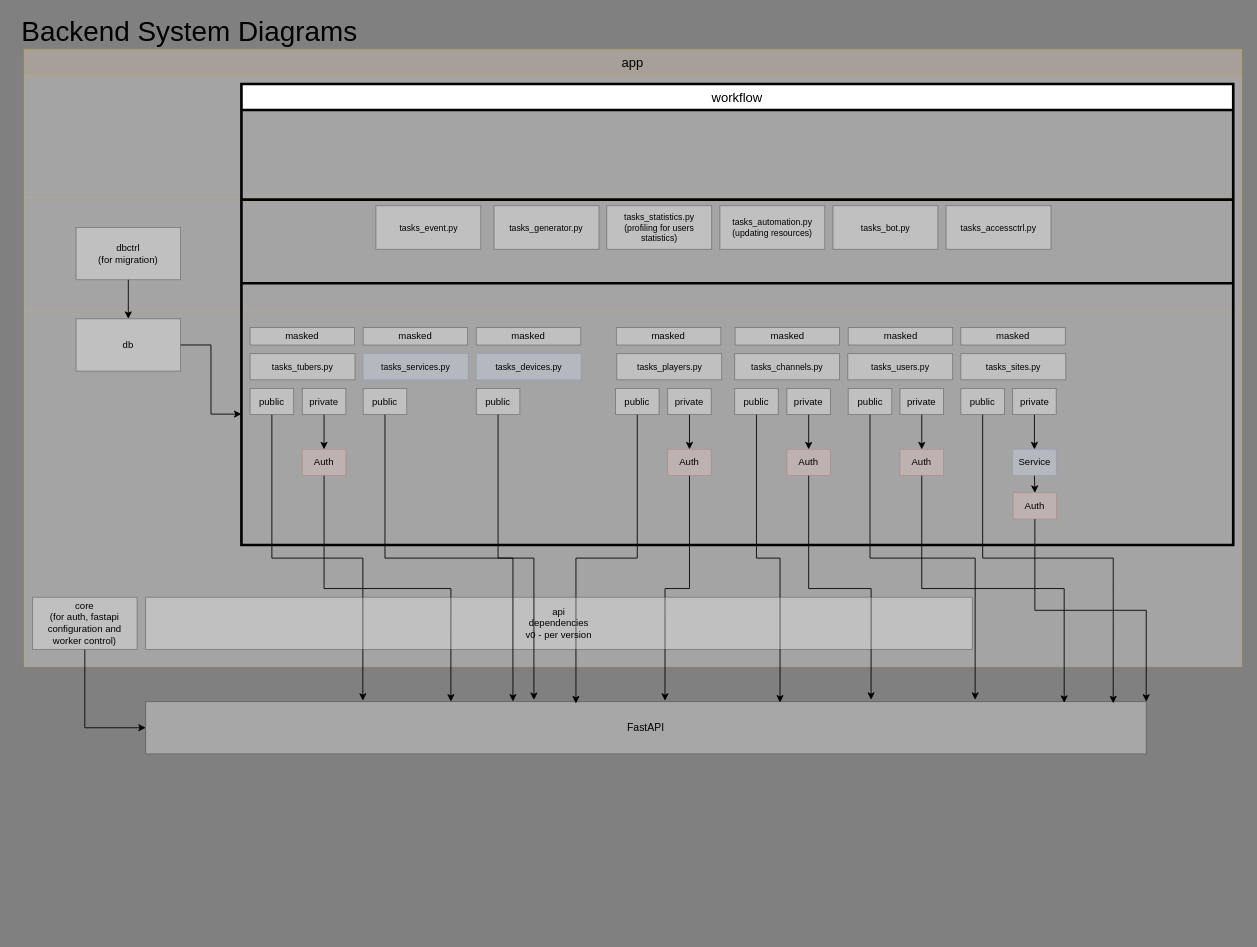
Above: architecture/API_DB_WORKFLOW.drawio in tt-toe/tumas-info (draw.io), before the change. Source tidied: cells renumbered, new cells numbered last; positions are measured from the earlier drawing's top-left corner, leaving out a move shared by most shapes. Both pictures are drawn from the tidied source at 87%, with x=0, y=0 at pixel (15, 23).
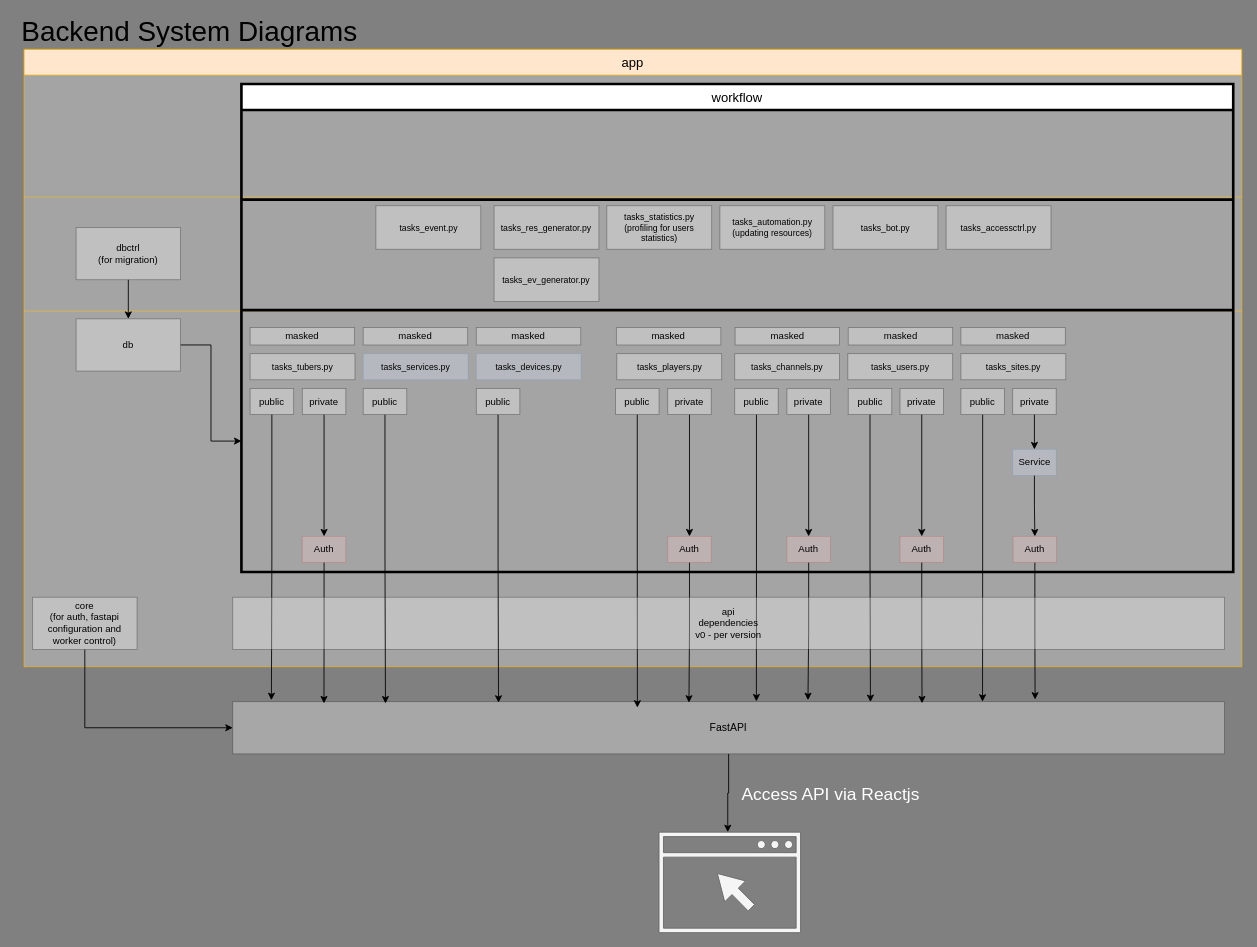
Above is the later version.

Unchanged cells that the change refers to:
```xml
<mxCell id="19" value="public" style="whiteSpace=wrap;html=1;fontSize=11;opacity=30;" parent="1" vertex="1">
  <mxGeometry x="270" y="420" width="50" height="30" as="geometry" />
</mxCell>
<mxCell id="29" value="public" style="whiteSpace=wrap;html=1;fontSize=11;opacity=30;" parent="1" vertex="1">
  <mxGeometry x="690" y="420" width="50" height="30" as="geometry" />
</mxCell>
<mxCell id="37" value="public" style="whiteSpace=wrap;html=1;fontSize=11;opacity=30;" parent="1" vertex="1">
  <mxGeometry x="957.5" y="420" width="50" height="30" as="geometry" />
</mxCell>
<mxCell id="41" value="public" style="whiteSpace=wrap;html=1;fontSize=11;opacity=30;" parent="1" vertex="1">
  <mxGeometry x="827" y="420" width="50" height="30" as="geometry" />
</mxCell>
<mxCell id="53" value="public" style="whiteSpace=wrap;html=1;fontSize=11;opacity=30;" parent="1" vertex="1">
  <mxGeometry x="1087" y="420" width="50" height="30" as="geometry" />
</mxCell>
<mxCell id="70" value="public" style="whiteSpace=wrap;html=1;fontSize=11;opacity=30;" parent="1" vertex="1">
  <mxGeometry x="400" y="420" width="50" height="30" as="geometry" />
</mxCell>
<mxCell id="74" value="public" style="whiteSpace=wrap;html=1;fontSize=11;opacity=30;" parent="1" vertex="1">
  <mxGeometry x="530" y="420" width="50" height="30" as="geometry" />
</mxCell>
```

The edit, as a diff of the source:
```diff
@@
-    <mxCell id="2" value="app" style="shape=table;startSize=30;childLayout=tableLayout;fontSize=15;opacity=30;fillColor=#ffe6cc;strokeColor=#d79b00;" parent="1" vertex="1">
+    <mxCell id="2" value="app" style="shape=table;startSize=30;childLayout=tableLayout;fontSize=15;fillColor=#ffe6cc;strokeColor=#d79b00;fontColor=#000000;" parent="1" vertex="1">
       <mxGeometry x="10" y="30" width="1400" height="710" as="geometry" />
     </mxCell>
@@
     <mxCell id="9" value="workflow" style="shape=table;startSize=30;childLayout=tableLayout;fontSize=15;strokeWidth=3;" parent="1" vertex="1">
-      <mxGeometry x="260" y="70" width="1140" height="530" as="geometry" />
+      <mxGeometry x="260" y="70" width="1140" height="561" as="geometry" />
     </mxCell>
@@
     <mxCell id="12" style="shape=partialRectangle;fillColor=none;top=0;left=0;bottom=0;right=0;fontSize=32;opacity=30;" parent="9" vertex="1">
-      <mxGeometry y="133" width="1140" height="96" as="geometry" />
+      <mxGeometry y="133" width="1140" height="127" as="geometry" />
     </mxCell>
     <mxCell id="13" style="shape=partialRectangle;html=1;whiteSpace=wrap;overflow=hidden;fillColor=none;top=0;left=0;bottom=0;right=0;fontSize=32;opacity=30;" parent="12" vertex="1">
-      <mxGeometry width="1140" height="96" as="geometry" />
+      <mxGeometry width="1140" height="127" as="geometry" />
     </mxCell>
     <mxCell id="14" style="shape=partialRectangle;fillColor=none;top=0;left=0;bottom=0;right=0;points=[[0,0.5],[1,0.5]];portConstraint=eastwest;fontSize=15;opacity=30;" parent="9" vertex="1">
-      <mxGeometry y="229" width="1140" height="301" as="geometry" />
+      <mxGeometry y="260" width="1140" height="301" as="geometry" />
     </mxCell>
@@
+    <mxCell id="81" style="edgeStyle=orthogonalEdgeStyle;rounded=0;jettySize=auto;html=1;exitX=0.5;exitY=1;exitDx=0;exitDy=0;fontSize=11;" parent="1" edge="1" source="16" target="83">
+      <mxGeometry relative="1" as="geometry">
+        <Array as="points">
+          <mxPoint x="820" y="885" />
+          <mxPoint x="819" y="885" />
+        </Array>
+      </mxGeometry>
+    </mxCell>
     <mxCell id="16" value="FastAPI" style="whiteSpace=wrap;html=1;opacity=30;" parent="1" vertex="1">
-      <mxGeometry x="150" y="780" width="1150" height="60" as="geometry" />
+      <mxGeometry x="250" y="780" width="1140" height="60" as="geometry" />
     </mxCell>
@@
-    <mxCell id="18" style="edgeStyle=orthogonalEdgeStyle;rounded=0;jettySize=auto;html=1;exitX=0.5;exitY=1;exitDx=0;exitDy=0;entryX=0.217;entryY=-0.018;entryDx=0;entryDy=0;entryPerimeter=0;fontSize=11;" parent="1" edge="1" source="19" target="16">
-      <mxGeometry relative="1" as="geometry" />
+    <mxCell id="18" style="edgeStyle=orthogonalEdgeStyle;rounded=0;jettySize=auto;html=1;exitX=0.5;exitY=1;exitDx=0;exitDy=0;fontSize=11;entryX=0.039;entryY=-0.029;entryDx=0;entryDy=0;entryPerimeter=0;" parent="1" edge="1" source="19" target="16">
+      <mxGeometry relative="1" as="geometry">
+        <Array as="points">
+          <mxPoint x="295" y="615" />
+        </Array>
+      </mxGeometry>
     </mxCell>
@@
-    <mxCell id="28" style="edgeStyle=orthogonalEdgeStyle;rounded=0;jettySize=auto;html=1;exitX=0.5;exitY=1;exitDx=0;exitDy=0;entryX=0.43;entryY=0.034;entryDx=0;entryDy=0;entryPerimeter=0;fontSize=11;" parent="1" edge="1" source="29" target="16">
+    <mxCell id="28" style="edgeStyle=orthogonalEdgeStyle;rounded=0;jettySize=auto;html=1;exitX=0.5;exitY=1;exitDx=0;exitDy=0;entryX=0.408;entryY=0.114;entryDx=0;entryDy=0;entryPerimeter=0;fontSize=11;" parent="1" edge="1" source="29" target="16">
       <mxGeometry relative="1" as="geometry" />
     </mxCell>
@@
-    <mxCell id="36" style="edgeStyle=orthogonalEdgeStyle;rounded=0;jettySize=auto;html=1;exitX=0.5;exitY=1;exitDx=0;exitDy=0;entryX=0.829;entryY=-0.036;entryDx=0;entryDy=0;entryPerimeter=0;fontSize=11;" parent="1" edge="1" source="37" target="16">
+    <mxCell id="36" style="edgeStyle=orthogonalEdgeStyle;rounded=0;jettySize=auto;html=1;exitX=0.5;exitY=1;exitDx=0;exitDy=0;fontSize=11;entryX=0.643;entryY=0.007;entryDx=0;entryDy=0;entryPerimeter=0;" parent="1" edge="1" source="37" target="16">
       <mxGeometry relative="1" as="geometry" />
     </mxCell>
@@
-    <mxCell id="40" style="edgeStyle=orthogonalEdgeStyle;rounded=0;jettySize=auto;html=1;exitX=0.5;exitY=1;exitDx=0;exitDy=0;entryX=0.634;entryY=0.017;entryDx=0;entryDy=0;entryPerimeter=0;fontSize=11;" parent="1" edge="1" source="41" target="16">
+    <mxCell id="40" style="edgeStyle=orthogonalEdgeStyle;rounded=0;jettySize=auto;html=1;exitX=0.5;exitY=1;exitDx=0;exitDy=0;fontSize=11;entryX=0.528;entryY=-0.005;entryDx=0;entryDy=0;entryPerimeter=0;" parent="1" edge="1" source="41" target="16">
       <mxGeometry relative="1" as="geometry" />
     </mxCell>
@@
-    <mxCell id="42" style="edgeStyle=orthogonalEdgeStyle;rounded=0;jettySize=auto;html=1;exitX=0.5;exitY=1;exitDx=0;exitDy=0;entryX=0.305;entryY=-0.001;entryDx=0;entryDy=0;entryPerimeter=0;fontSize=11;" parent="1" edge="1" source="43" target="16">
+    <mxCell id="42" style="edgeStyle=orthogonalEdgeStyle;rounded=0;jettySize=auto;html=1;exitX=0.5;exitY=1;exitDx=0;exitDy=0;fontSize=11;entryX=0.092;entryY=0.033;entryDx=0;entryDy=0;entryPerimeter=0;" parent="1" edge="1" source="43" target="16">
       <mxGeometry relative="1" as="geometry" />
     </mxCell>
     <mxCell id="43" value="Auth" style="whiteSpace=wrap;html=1;fontSize=11;opacity=30;fillColor=#f8cecc;strokeColor=#b85450;" parent="1" vertex="1">
-      <mxGeometry x="330" y="490" width="50" height="30" as="geometry" />
+      <mxGeometry x="330" y="590" width="50" height="30" as="geometry" />
     </mxCell>
-    <mxCell id="44" style="edgeStyle=orthogonalEdgeStyle;rounded=0;jettySize=auto;html=1;exitX=0.5;exitY=1;exitDx=0;exitDy=0;entryX=0.519;entryY=-0.018;entryDx=0;entryDy=0;entryPerimeter=0;fontSize=11;" parent="1" edge="1" source="45" target="16">
+    <mxCell id="44" style="edgeStyle=orthogonalEdgeStyle;rounded=0;jettySize=auto;html=1;exitX=0.5;exitY=1;exitDx=0;exitDy=0;fontSize=11;entryX=0.46;entryY=0.019;entryDx=0;entryDy=0;entryPerimeter=0;" parent="1" edge="1" source="45" target="16">
       <mxGeometry relative="1" as="geometry" />
     </mxCell>
     <mxCell id="45" value="Auth" style="whiteSpace=wrap;html=1;fontSize=11;opacity=30;fillColor=#f8cecc;strokeColor=#b85450;" parent="1" vertex="1">
-      <mxGeometry x="750" y="490" width="50" height="30" as="geometry" />
+      <mxGeometry x="750" y="590" width="50" height="30" as="geometry" />
     </mxCell>
-    <mxCell id="46" style="edgeStyle=orthogonalEdgeStyle;rounded=0;jettySize=auto;html=1;exitX=0.5;exitY=1;exitDx=0;exitDy=0;entryX=0.725;entryY=-0.036;entryDx=0;entryDy=0;entryPerimeter=0;fontSize=11;" parent="1" edge="1" source="47" target="16">
+    <mxCell id="46" style="edgeStyle=orthogonalEdgeStyle;rounded=0;jettySize=auto;html=1;exitX=0.5;exitY=1;exitDx=0;exitDy=0;fontSize=11;entryX=0.58;entryY=-0.029;entryDx=0;entryDy=0;entryPerimeter=0;" parent="1" edge="1" source="47" target="16">
       <mxGeometry relative="1" as="geometry" />
     </mxCell>
     <mxCell id="47" value="Auth" style="whiteSpace=wrap;html=1;fontSize=11;opacity=30;fillColor=#f8cecc;strokeColor=#b85450;" parent="1" vertex="1">
-      <mxGeometry x="887" y="490" width="50" height="30" as="geometry" />
+      <mxGeometry x="887" y="590" width="50" height="30" as="geometry" />
     </mxCell>
-    <mxCell id="48" style="edgeStyle=orthogonalEdgeStyle;rounded=0;jettySize=auto;html=1;exitX=0.5;exitY=1;exitDx=0;exitDy=0;entryX=0.918;entryY=0.023;entryDx=0;entryDy=0;entryPerimeter=0;fontSize=11;" parent="1" edge="1" source="49" target="16">
+    <mxCell id="48" style="edgeStyle=orthogonalEdgeStyle;rounded=0;jettySize=auto;html=1;exitX=0.5;exitY=1;exitDx=0;exitDy=0;fontSize=11;entryX=0.695;entryY=0.031;entryDx=0;entryDy=0;entryPerimeter=0;" parent="1" edge="1" source="49" target="16">
       <mxGeometry relative="1" as="geometry" />
     </mxCell>
     <mxCell id="49" value="Auth" style="whiteSpace=wrap;html=1;fontSize=11;opacity=30;fillColor=#f8cecc;strokeColor=#b85450;" parent="1" vertex="1">
-      <mxGeometry x="1017" y="490" width="50" height="30" as="geometry" />
+      <mxGeometry x="1017" y="590" width="50" height="30" as="geometry" />
     </mxCell>
-    <mxCell id="50" style="edgeStyle=orthogonalEdgeStyle;rounded=0;jettySize=auto;html=1;exitX=0.5;exitY=1;exitDx=0;exitDy=0;entryX=0.967;entryY=0.031;entryDx=0;entryDy=0;entryPerimeter=0;fontSize=11;" parent="1" edge="1" source="53" target="16">
-      <mxGeometry relative="1" as="geometry" />
-    </mxCell>
@@
+    <mxCell id="50" style="edgeStyle=orthogonalEdgeStyle;rounded=0;jettySize=auto;html=1;exitX=0.5;exitY=1;exitDx=0;exitDy=0;entryX=0.756;entryY=0;entryDx=0;entryDy=0;entryPerimeter=0;fontSize=11;" parent="1" edge="1" source="53" target="16">
+      <mxGeometry relative="1" as="geometry" />
+    </mxCell>
@@
-    <mxCell id="54" style="edgeStyle=orthogonalEdgeStyle;rounded=0;jettySize=auto;html=1;exitX=0.5;exitY=1;exitDx=0;exitDy=0;fontSize=11;entryX=1;entryY=0;entryDx=0;entryDy=0;" parent="1" edge="1" source="64" target="16">
+    <mxCell id="54" style="edgeStyle=orthogonalEdgeStyle;rounded=0;jettySize=auto;html=1;exitX=0.5;exitY=1;exitDx=0;exitDy=0;fontSize=11;entryX=0.809;entryY=-0.04;entryDx=0;entryDy=0;entryPerimeter=0;" parent="1" edge="1" source="64" target="16">
       <mxGeometry relative="1" as="geometry" />
     </mxCell>
@@
     <mxCell id="61" value="&lt;div&gt;api&lt;/div&gt;&lt;div&gt;dependencies&lt;/div&gt;&lt;div&gt;v0 - per version&lt;/div&gt;" style="whiteSpace=wrap;html=1;fontSize=11;opacity=30;" parent="1" vertex="1">
-      <mxGeometry x="150" y="660" width="950" height="60" as="geometry" />
+      <mxGeometry x="250" y="660" width="1140" height="60" as="geometry" />
     </mxCell>
@@
     <mxCell id="64" value="Auth" style="whiteSpace=wrap;html=1;fontSize=11;opacity=30;fillColor=#f8cecc;strokeColor=#b85450;" parent="1" vertex="1">
-      <mxGeometry x="1147" y="540" width="50" height="30" as="geometry" />
+      <mxGeometry x="1147" y="590" width="50" height="30" as="geometry" />
     </mxCell>
@@
-    <mxCell id="69" style="edgeStyle=orthogonalEdgeStyle;rounded=0;jettySize=auto;html=1;exitX=0.5;exitY=1;exitDx=0;exitDy=0;entryX=0.367;entryY=-0.002;entryDx=0;entryDy=0;entryPerimeter=0;fontSize=11;" parent="1" edge="1" source="70" target="16">
+    <mxCell id="69" style="edgeStyle=orthogonalEdgeStyle;rounded=0;jettySize=auto;html=1;exitX=0.5;exitY=1;exitDx=0;exitDy=0;entryX=0.154;entryY=0.034;entryDx=0;entryDy=0;entryPerimeter=0;fontSize=11;" parent="1" edge="1" source="70" target="16">
       <mxGeometry relative="1" as="geometry" />
     </mxCell>
@@
-    <mxCell id="73" style="edgeStyle=orthogonalEdgeStyle;rounded=0;jettySize=auto;html=1;exitX=0.5;exitY=1;exitDx=0;exitDy=0;entryX=0.388;entryY=-0.032;entryDx=0;entryDy=0;entryPerimeter=0;fontSize=11;" parent="1" edge="1" source="74" target="16">
+    <mxCell id="73" style="edgeStyle=orthogonalEdgeStyle;rounded=0;jettySize=auto;html=1;exitX=0.5;exitY=1;exitDx=0;exitDy=0;fontSize=11;entryX=0.268;entryY=0.02;entryDx=0;entryDy=0;entryPerimeter=0;" parent="1" edge="1" source="74" target="16">
       <mxGeometry relative="1" as="geometry" />
     </mxCell>
@@
-    <mxCell id="76" value="&lt;div style=&quot;font-size: 10px&quot;&gt;tasks_generator.py&lt;/div&gt;" style="whiteSpace=wrap;html=1;opacity=30;fontSize=10;" parent="1" vertex="1">
+    <mxCell id="76" value="&lt;div style=&quot;font-size: 10px&quot;&gt;tasks_res_generator.py&lt;/div&gt;" style="whiteSpace=wrap;html=1;opacity=30;fontSize=10;" parent="1" vertex="1">
       <mxGeometry x="550.4" y="210" width="120.5" height="50" as="geometry" />
     </mxCell>
@@
+    <mxCell id="82" value="&lt;div style=&quot;font-size: 10px&quot;&gt;tasks_ev_generator.py&lt;/div&gt;" style="whiteSpace=wrap;html=1;opacity=30;fontSize=10;" parent="1" vertex="1">
+      <mxGeometry x="550.4" y="270" width="120.5" height="50" as="geometry" />
+    </mxCell>
+    <mxCell id="83" style="sketch=0;shadow=0;dashed=0;html=1;strokeColor=#666666;fillColor=#f5f5f5;labelPosition=center;verticalLabelPosition=bottom;verticalAlign=top;align=center;outlineConnect=0;shape=mxgraph.vvd.web_browser;fontSize=11;fontColor=#333333;" parent="1" vertex="1">
+      <mxGeometry x="740" y="930" width="162.7" height="115.5" as="geometry" />
+    </mxCell>
+    <mxCell id="84" value="Access API via Reactjs" style="text;html=1;align=center;verticalAlign=middle;strokeColor=none;fillColor=none;fontSize=20;fontColor=#FFFFFF;" parent="1" vertex="1">
+      <mxGeometry x="827" y="870" width="220" height="30" as="geometry" />
+    </mxCell>
```
